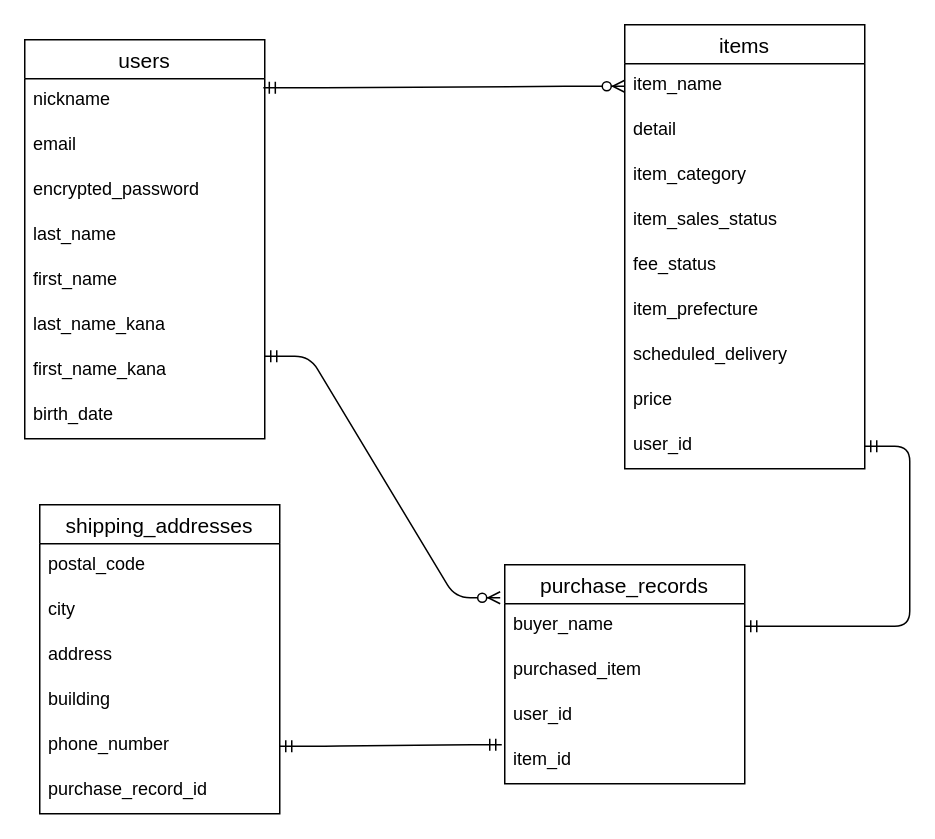
Before: furima37120.dio in ken-forest/furima-37120, a draw.io diagram. Source tidied: cells renumbered, new cells numbered last; positions are measured from the earlier drawing's top-left corner, leaving out a move shared by most shapes. Both pictures are drawn from the tidied source at 150%, with x=0, y=0 at pixel (24, 24).
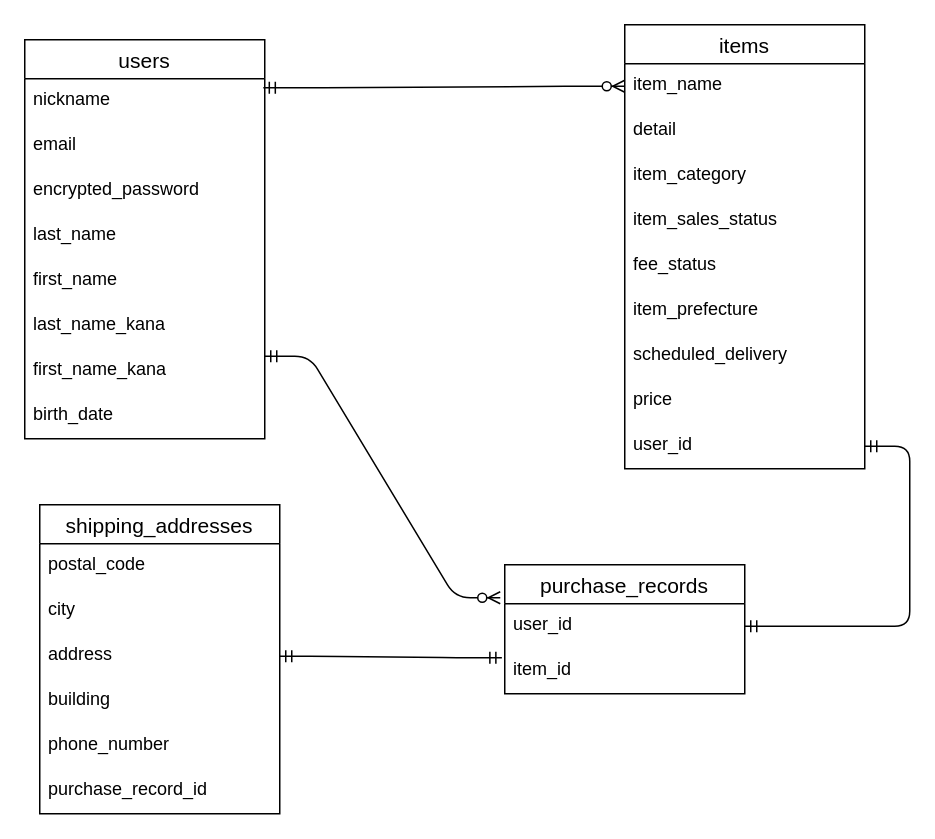
Above is the later version.

Commit message (it also covers changes not shown here):
README.mdとfurima37120.dioのpurchase_recordsテーブルからカラム２つ削除

＜削除したカラム＞
・buyer_name
・purchased_item

The change refers to these unchanged cells:
```xml
<mxCell id="9" value="first_name_kana" style="text;strokeColor=none;fillColor=none;spacingLeft=4;spacingRight=4;overflow=hidden;points=[[0,0.5],[1,0.5]];portConstraint=eastwest;fontSize=12;" parent="2" vertex="1">
  <mxGeometry y="206" width="160" height="30" as="geometry" />
</mxCell>
<mxCell id="20" value="user_id" style="text;strokeColor=none;fillColor=none;spacingLeft=4;spacingRight=4;overflow=hidden;points=[[0,0.5],[1,0.5]];portConstraint=eastwest;fontSize=12;" parent="11" vertex="1">
  <mxGeometry y="266" width="160" height="30" as="geometry" />
</mxCell>
<mxCell id="29" value="address" style="text;strokeColor=none;fillColor=none;spacingLeft=4;spacingRight=4;overflow=hidden;points=[[0,0.5],[1,0.5]];portConstraint=eastwest;fontSize=12;" parent="26" vertex="1">
  <mxGeometry y="86" width="160" height="30" as="geometry" />
</mxCell>
<mxCell id="31" value="phone_number" style="text;strokeColor=none;fillColor=none;spacingLeft=4;spacingRight=4;overflow=hidden;points=[[0,0.5],[1,0.5]];portConstraint=eastwest;fontSize=12;" parent="26" vertex="1">
  <mxGeometry y="146" width="160" height="30" as="geometry" />
</mxCell>
```

Diff of the diagram source:
```diff
@@
     <mxCell id="21" value="purchase_records" style="swimlane;fontStyle=0;horizontal=1;startSize=26;align=center;fontSize=14;" parent="1" vertex="1">
-      <mxGeometry x="320" y="360" width="160" height="146" as="geometry" />
+      <mxGeometry x="320" y="360" width="160" height="86" as="geometry" />
     </mxCell>
-    <mxCell id="22" value="buyer_name" style="text;strokeColor=none;fillColor=none;spacingLeft=4;spacingRight=4;overflow=hidden;points=[[0,0.5],[1,0.5]];portConstraint=eastwest;fontSize=12;" parent="21" vertex="1">
-      <mxGeometry y="26" width="160" height="30" as="geometry" />
-    </mxCell>
-    <mxCell id="23" value="purchased_item" style="text;strokeColor=none;fillColor=none;spacingLeft=4;spacingRight=4;overflow=hidden;fontSize=12;" parent="21" vertex="1">
-      <mxGeometry y="56" width="160" height="30" as="geometry" />
-    </mxCell>
     <mxCell id="24" value="user_id" style="text;strokeColor=none;fillColor=none;spacingLeft=4;spacingRight=4;overflow=hidden;fontSize=12;" parent="21" vertex="1">
-      <mxGeometry y="86" width="160" height="30" as="geometry" />
+      <mxGeometry y="26" width="160" height="30" as="geometry" />
     </mxCell>
     <mxCell id="25" value="item_id" style="text;strokeColor=none;fillColor=none;spacingLeft=4;spacingRight=4;overflow=hidden;points=[[0,0.5],[1,0.5]];portConstraint=eastwest;fontSize=12;" parent="21" vertex="1">
-      <mxGeometry y="116" width="160" height="30" as="geometry" />
+      <mxGeometry y="56" width="160" height="30" as="geometry" />
     </mxCell>
@@
-    <mxCell id="33" style="edgeStyle=entityRelationEdgeStyle;fontSize=12;html=1;endArrow=ERzeroToMany;startArrow=ERmandOne;entryX=-0.019;entryY=-0.133;entryDx=0;entryDy=0;exitX=1;exitY=0.167;exitDx=0;exitDy=0;entryPerimeter=0;exitPerimeter=0;" parent="1" edge="1" source="9" target="22">
-      <mxGeometry relative="1" as="geometry" />
+    <mxCell id="33" style="edgeStyle=entityRelationEdgeStyle;fontSize=12;html=1;endArrow=ERzeroToMany;startArrow=ERmandOne;entryX=-0.019;entryY=-0.133;entryDx=0;entryDy=0;exitX=1;exitY=0.167;exitDx=0;exitDy=0;entryPerimeter=0;exitPerimeter=0;" parent="1" edge="1" source="9">
+      <mxGeometry relative="1" as="geometry">
+        <mxPoint x="317" y="382" as="targetPoint" />
+      </mxGeometry>
     </mxCell>
-    <mxCell id="34" style="edgeStyle=entityRelationEdgeStyle;fontSize=12;html=1;endArrow=ERmandOne;startArrow=ERmandOne;exitX=1;exitY=0.5;exitDx=0;exitDy=0;" parent="1" edge="1" source="22" target="20">
-      <mxGeometry relative="1" as="geometry" />
+    <mxCell id="34" style="edgeStyle=entityRelationEdgeStyle;fontSize=12;html=1;endArrow=ERmandOne;startArrow=ERmandOne;exitX=1;exitY=0.5;exitDx=0;exitDy=0;" parent="1" edge="1" target="20">
+      <mxGeometry relative="1" as="geometry">
+        <mxPoint x="480" y="401" as="sourcePoint" />
+      </mxGeometry>
     </mxCell>
-    <mxCell id="35" style="edgeStyle=entityRelationEdgeStyle;fontSize=12;html=1;endArrow=ERmandOne;startArrow=ERmandOne;exitX=1;exitY=0.5;exitDx=0;exitDy=0;" parent="1" edge="1" source="31">
-      <mxGeometry relative="1" as="geometry">
-        <mxPoint x="318" y="480" as="targetPoint" />
-      </mxGeometry>
+    <mxCell id="35" style="edgeStyle=entityRelationEdgeStyle;fontSize=12;html=1;endArrow=ERmandOne;startArrow=ERmandOne;exitX=1;exitY=0.5;exitDx=0;exitDy=0;entryX=-0.012;entryY=0.2;entryDx=0;entryDy=0;entryPerimeter=0;" parent="1" edge="1" source="29" target="25">
+      <mxGeometry relative="1" as="geometry" />
     </mxCell>
```
